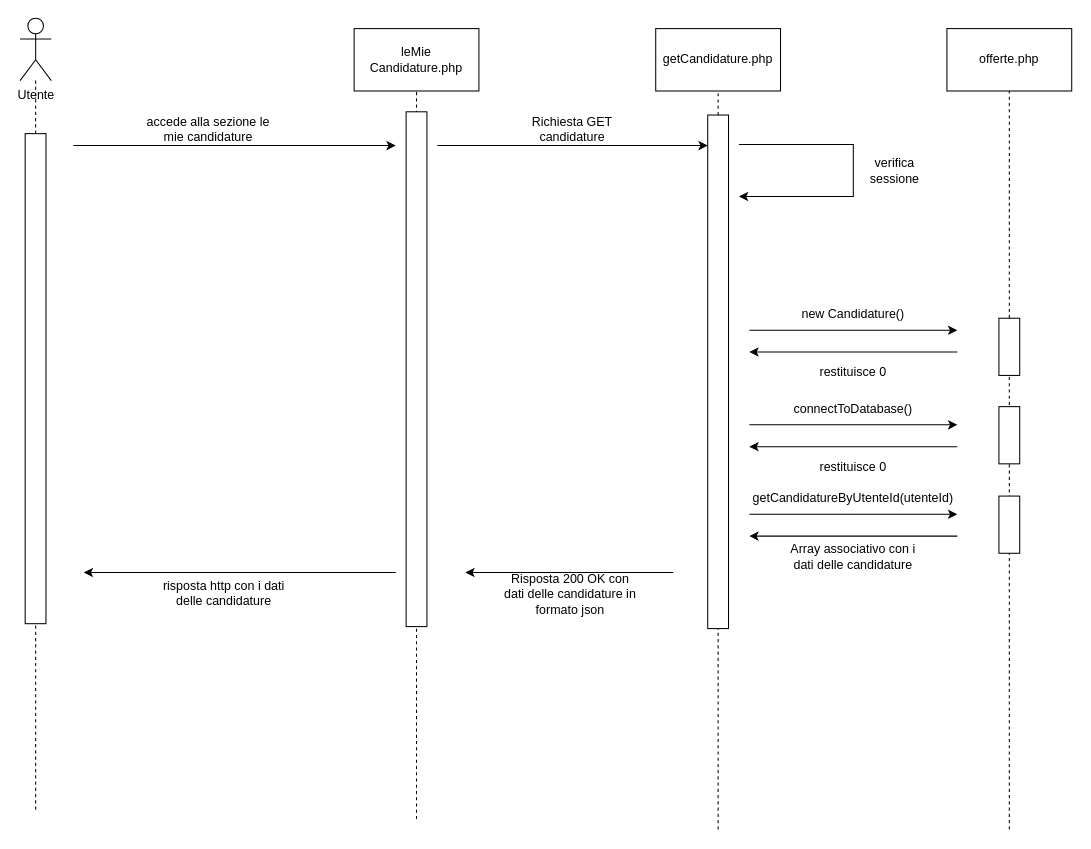
Mute491/bitByte keeps this draw.io diagram as schemi/user/offerta di lavoro.drawio. Above is the earlier version. Source tidied: cells renumbered, new cells numbered last; positions are measured from the earlier drawing's top-left corner, leaving out a move shared by most shapes. Both pictures are drawn from the tidied source at 104%, with x=0, y=0 at pixel (-210, 18).
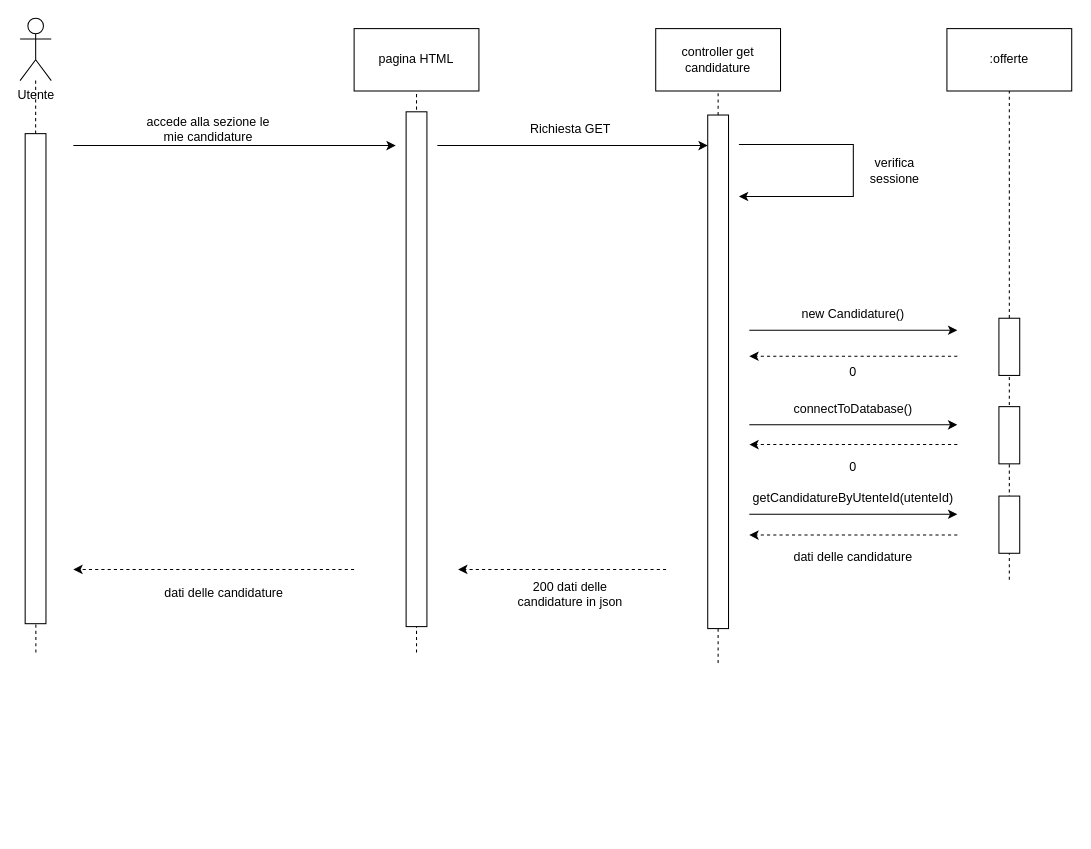
The same page after the edit.

The change refers to these unchanged cells:
```xml
<mxCell id="15" style="rounded=0;whiteSpace=wrap;html=1;rotation=90;" parent="1" vertex="1">
  <mxGeometry x="1144.5" y="306" width="55" height="20" as="geometry" />
</mxCell>
<mxCell id="31" style="rounded=0;whiteSpace=wrap;html=1;rotation=90;" parent="1" vertex="1">
  <mxGeometry x="0.1" y="336.6" width="471.2" height="20" as="geometry" />
</mxCell>
<mxCell id="40" style="rounded=0;whiteSpace=wrap;html=1;rotation=90;" parent="1" vertex="1">
  <mxGeometry x="645.1" y="330" width="493.8" height="20" as="geometry" />
</mxCell>
```

What changed in the source:
```diff
@@
-    <mxCell id="4" value="getCandidature.php" style="rounded=0;whiteSpace=wrap;html=1;" parent="1" vertex="1">
+    <mxCell id="4" value="controller get candidature" style="rounded=0;whiteSpace=wrap;html=1;" parent="1" vertex="1">
       <mxGeometry x="832" y="10" width="120" height="60" as="geometry" />
     </mxCell>
@@
-    <mxCell id="6" value="offerte.php" style="rounded=0;whiteSpace=wrap;html=1;" parent="1" vertex="1">
+    <mxCell id="6" value=":offerte" style="rounded=0;whiteSpace=wrap;html=1;" parent="1" vertex="1">
       <mxGeometry x="1112" y="10" width="120" height="60" as="geometry" />
     </mxCell>
@@
-    <mxCell id="9" value="Richiesta GET candidature" style="text;html=1;align=center;verticalAlign=middle;whiteSpace=wrap;rounded=0;" parent="1" vertex="1">
+    <mxCell id="9" value="Richiesta GET&amp;nbsp;" style="text;html=1;align=center;verticalAlign=middle;whiteSpace=wrap;rounded=0;" parent="1" vertex="1">
       <mxGeometry x="682" y="91.5" width="140" height="30" as="geometry" />
     </mxCell>
@@
-    <mxCell id="12" style="endArrow=classic;html=1;rounded=0;" parent="1" edge="1">
-      <mxGeometry relative="1" as="geometry">
-        <mxPoint x="1122" y="321" as="sourcePoint" />
-        <mxPoint x="922" y="321" as="targetPoint" />
-      </mxGeometry>
-    </mxCell>
-    <mxCell id="13" value="restituisce 0" style="text;html=1;align=center;verticalAlign=middle;whiteSpace=wrap;rounded=0;" parent="1" vertex="1">
+    <mxCell id="13" value="0" style="text;html=1;align=center;verticalAlign=middle;whiteSpace=wrap;rounded=0;" parent="1" vertex="1">
       <mxGeometry x="952" y="326" width="140" height="30" as="geometry" />
     </mxCell>
     <mxCell id="14" style="endArrow=none;dashed=1;html=1;rounded=0;" parent="1" edge="1" target="15">
       <mxGeometry relative="1" as="geometry">
-        <mxPoint x="1172" y="780" as="sourcePoint" />
+        <mxPoint x="1172" y="540" as="sourcePoint" />
       </mxGeometry>
     </mxCell>
@@
-    <mxCell id="18" style="endArrow=classic;html=1;rounded=0;" parent="1" edge="1">
-      <mxGeometry relative="1" as="geometry">
-        <mxPoint x="1122" y="412" as="sourcePoint" />
-        <mxPoint x="922" y="412" as="targetPoint" />
-      </mxGeometry>
-    </mxCell>
-    <mxCell id="19" value="restituisce 0" style="text;html=1;align=center;verticalAlign=middle;whiteSpace=wrap;rounded=0;" parent="1" vertex="1">
+    <mxCell id="19" value="0" style="text;html=1;align=center;verticalAlign=middle;whiteSpace=wrap;rounded=0;" parent="1" vertex="1">
       <mxGeometry x="952" y="417" width="140" height="30" as="geometry" />
     </mxCell>
@@
-    <mxCell id="23" style="endArrow=classic;html=1;rounded=0;" parent="1" edge="1">
-      <mxGeometry relative="1" as="geometry">
-        <mxPoint x="1122" y="498" as="sourcePoint" />
-        <mxPoint x="922" y="498" as="targetPoint" />
-      </mxGeometry>
-    </mxCell>
-    <mxCell id="24" value="Array associativo con i dati delle candidature" style="text;html=1;align=center;verticalAlign=middle;whiteSpace=wrap;rounded=0;" parent="1" vertex="1">
+    <mxCell id="24" value="dati delle candidature" style="text;html=1;align=center;verticalAlign=middle;whiteSpace=wrap;rounded=0;" parent="1" vertex="1">
       <mxGeometry x="952" y="503" width="140" height="30" as="geometry" />
     </mxCell>
@@
-    <mxCell id="26" value="leMie Candidature.php" style="rounded=0;whiteSpace=wrap;html=1;" parent="1" vertex="1">
+    <mxCell id="26" value="pagina HTML" style="rounded=0;whiteSpace=wrap;html=1;" parent="1" vertex="1">
       <mxGeometry x="542" y="10" width="120" height="60" as="geometry" />
     </mxCell>
     <mxCell id="27" style="endArrow=none;dashed=1;html=1;rounded=0;entryX=0.5;entryY=1;entryDx=0;entryDy=0;" parent="1" edge="1" target="26">
       <mxGeometry relative="1" as="geometry">
-        <mxPoint x="602" y="770" as="sourcePoint" />
+        <mxPoint x="602" y="610" as="sourcePoint" />
       </mxGeometry>
     </mxCell>
-    <mxCell id="28" style="endArrow=classic;html=1;rounded=0;" parent="1" edge="1">
-      <mxGeometry relative="1" as="geometry">
-        <mxPoint x="848.9" y="533" as="sourcePoint" />
-        <mxPoint x="648.9" y="533" as="targetPoint" />
-      </mxGeometry>
-    </mxCell>
-    <mxCell id="29" value="Risposta 200 OK con dati delle candidature in formato json" style="text;html=1;align=center;verticalAlign=middle;whiteSpace=wrap;rounded=0;" parent="1" vertex="1">
+    <mxCell id="29" value="200 dati delle candidature in json" style="text;html=1;align=center;verticalAlign=middle;whiteSpace=wrap;rounded=0;" parent="1" vertex="1">
       <mxGeometry x="685.1" y="539" width="130" height="30" as="geometry" />
     </mxCell>
     <mxCell id="30" style="endArrow=none;dashed=1;html=1;rounded=0;" parent="1" edge="1" target="31">
       <mxGeometry relative="1" as="geometry">
-        <mxPoint x="235.8" y="761" as="sourcePoint" />
+        <mxPoint x="236" y="610" as="sourcePoint" />
         <Array as="points">
           <mxPoint x="235.8" y="301" />
         </Array>
       </mxGeometry>
     </mxCell>
@@
-    <mxCell id="34" style="endArrow=classic;html=1;rounded=0;" parent="1" edge="1">
-      <mxGeometry relative="1" as="geometry">
-        <mxPoint x="582" y="533" as="sourcePoint" />
-        <mxPoint x="282" y="533" as="targetPoint" />
-      </mxGeometry>
-    </mxCell>
-    <mxCell id="35" value="risposta http con i dati delle candidature" style="text;html=1;align=center;verticalAlign=middle;whiteSpace=wrap;rounded=0;" parent="1" vertex="1">
+    <mxCell id="35" value="dati delle candidature" style="text;html=1;align=center;verticalAlign=middle;whiteSpace=wrap;rounded=0;" parent="1" vertex="1">
       <mxGeometry x="352" y="538" width="130" height="30" as="geometry" />
     </mxCell>
@@
     <mxCell id="39" style="endArrow=none;dashed=1;html=1;rounded=0;" parent="1" edge="1" target="40">
       <mxGeometry relative="1" as="geometry">
-        <mxPoint x="892" y="780" as="sourcePoint" />
+        <mxPoint x="892" y="620" as="sourcePoint" />
       </mxGeometry>
     </mxCell>
@@
+    <mxCell id="41" style="html=1;labelBackgroundColor=#ffffff;startArrow=none;startFill=0;startSize=6;endArrow=classic;endFill=1;endSize=6;jettySize=auto;orthogonalLoop=1;strokeWidth=1;dashed=1;fontSize=14;rounded=0;" parent="1" edge="1">
+      <mxGeometry relative="1" as="geometry">
+        <mxPoint x="542" y="530" as="sourcePoint" />
+        <mxPoint x="272" y="530" as="targetPoint" />
+      </mxGeometry>
+    </mxCell>
+    <mxCell id="42" style="html=1;labelBackgroundColor=#ffffff;startArrow=none;startFill=0;startSize=6;endArrow=classic;endFill=1;endSize=6;jettySize=auto;orthogonalLoop=1;strokeWidth=1;dashed=1;fontSize=14;rounded=0;" parent="1" edge="1">
+      <mxGeometry relative="1" as="geometry">
+        <mxPoint x="842" y="530" as="sourcePoint" />
+        <mxPoint x="642" y="530" as="targetPoint" />
+      </mxGeometry>
+    </mxCell>
+    <mxCell id="43" style="html=1;labelBackgroundColor=#ffffff;startArrow=none;startFill=0;startSize=6;endArrow=classic;endFill=1;endSize=6;jettySize=auto;orthogonalLoop=1;strokeWidth=1;dashed=1;fontSize=14;rounded=0;" parent="1" edge="1">
+      <mxGeometry relative="1" as="geometry">
+        <mxPoint x="1122" y="497" as="sourcePoint" />
+        <mxPoint x="922" y="497" as="targetPoint" />
+      </mxGeometry>
+    </mxCell>
+    <mxCell id="44" style="html=1;labelBackgroundColor=#ffffff;startArrow=none;startFill=0;startSize=6;endArrow=classic;endFill=1;endSize=6;jettySize=auto;orthogonalLoop=1;strokeWidth=1;dashed=1;fontSize=14;rounded=0;" parent="1" edge="1">
+      <mxGeometry relative="1" as="geometry">
+        <mxPoint x="1122" y="410" as="sourcePoint" />
+        <mxPoint x="922" y="410" as="targetPoint" />
+      </mxGeometry>
+    </mxCell>
+    <mxCell id="45" style="html=1;labelBackgroundColor=#ffffff;startArrow=none;startFill=0;startSize=6;endArrow=classic;endFill=1;endSize=6;jettySize=auto;orthogonalLoop=1;strokeWidth=1;dashed=1;fontSize=14;rounded=0;" parent="1" edge="1">
+      <mxGeometry relative="1" as="geometry">
+        <mxPoint x="1122" y="325" as="sourcePoint" />
+        <mxPoint x="922" y="325" as="targetPoint" />
+      </mxGeometry>
+    </mxCell>
```
